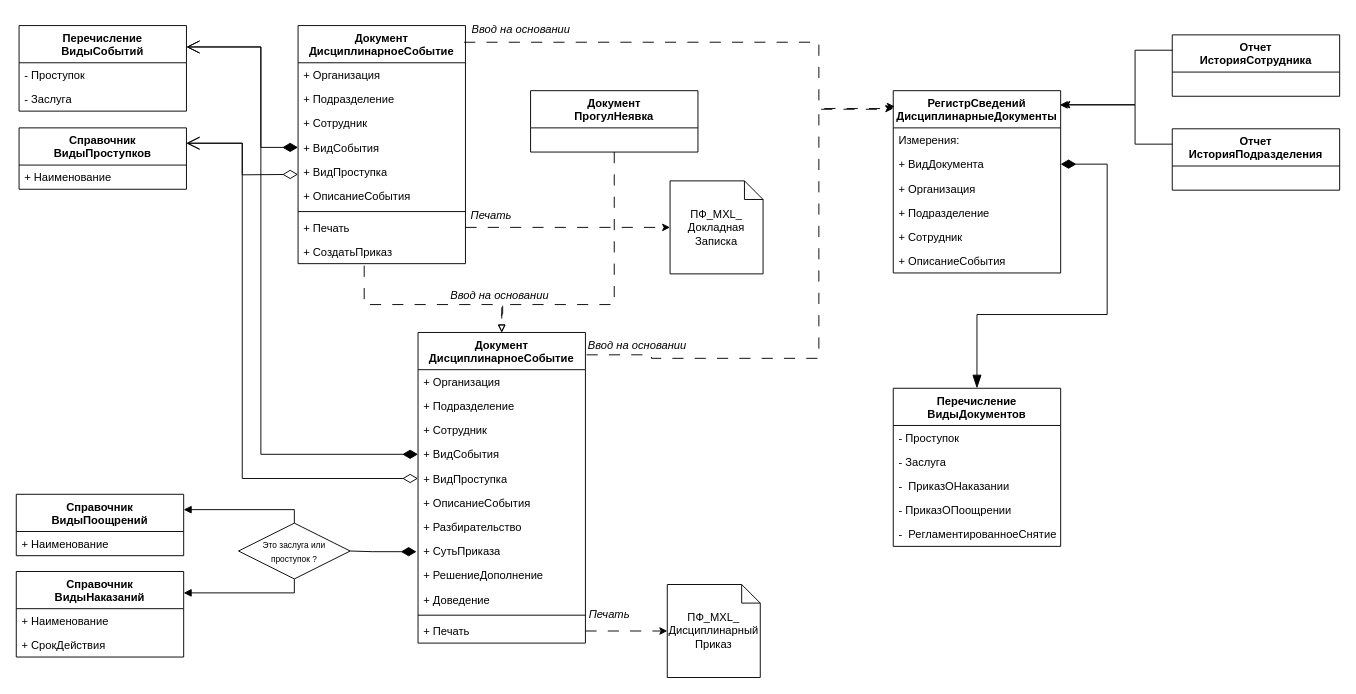
The draw.io diagram Diagrams/Classes.drawio in shagi80/1C-ZUP3.1-Discipline-extension, before the edit. Source tidied: cells renumbered, new cells numbered last; positions are measured from the earlier drawing's top-left corner, leaving out a move shared by most shapes. Both pictures are drawn from the tidied source at 93%, with x=0, y=0 at pixel (16, 16).
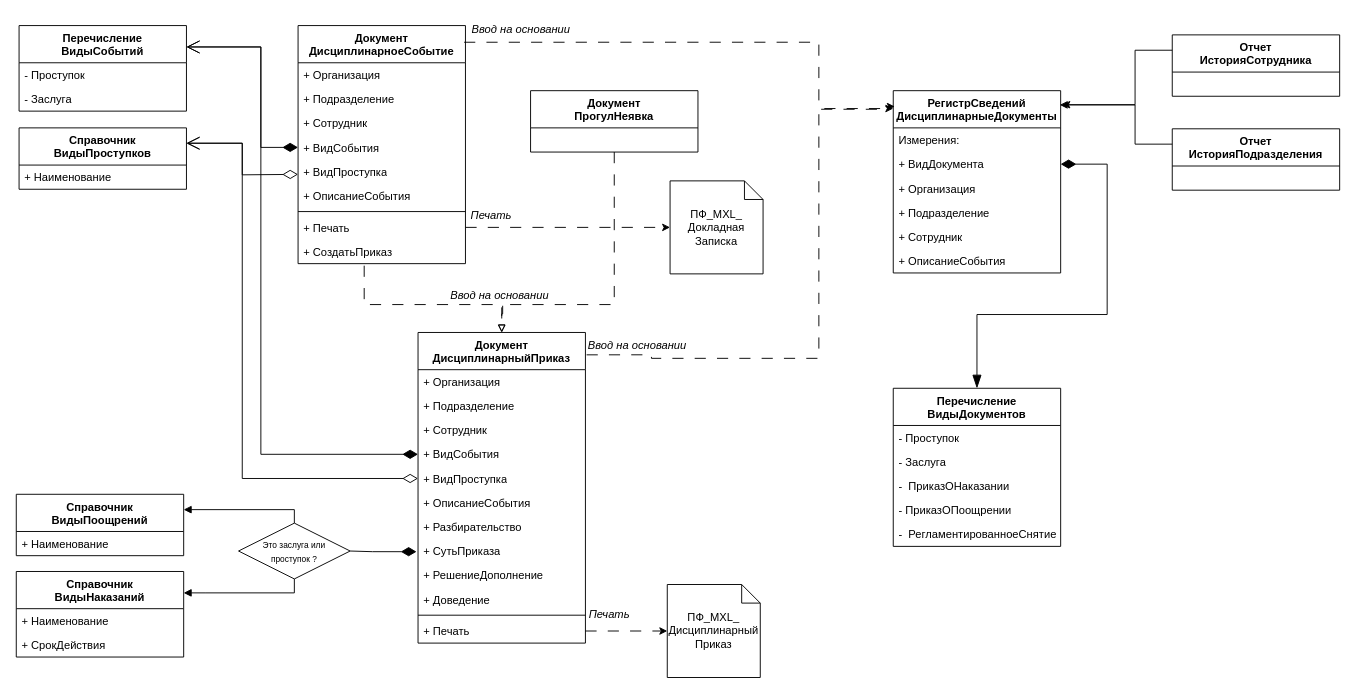
Above is the later version.

Change to the diagram source:
```diff
@@
-    <mxCell id="21" value="Документ&lt;div&gt;ДисциплинарноеСобытие&lt;/div&gt;" style="swimlane;fontStyle=1;align=center;verticalAlign=top;horizontal=1;startSize=40;whiteSpace=wrap;html=1;" parent="1" vertex="1">
+    <mxCell id="21" value="Документ&lt;div&gt;ДисциплинарныйПриказ&lt;/div&gt;" style="swimlane;fontStyle=1;align=center;verticalAlign=top;horizontal=1;startSize=40;whiteSpace=wrap;html=1;" parent="1" vertex="1">
       <mxGeometry x="432" y="340" width="180" height="334" as="geometry" />
     </mxCell>
```
